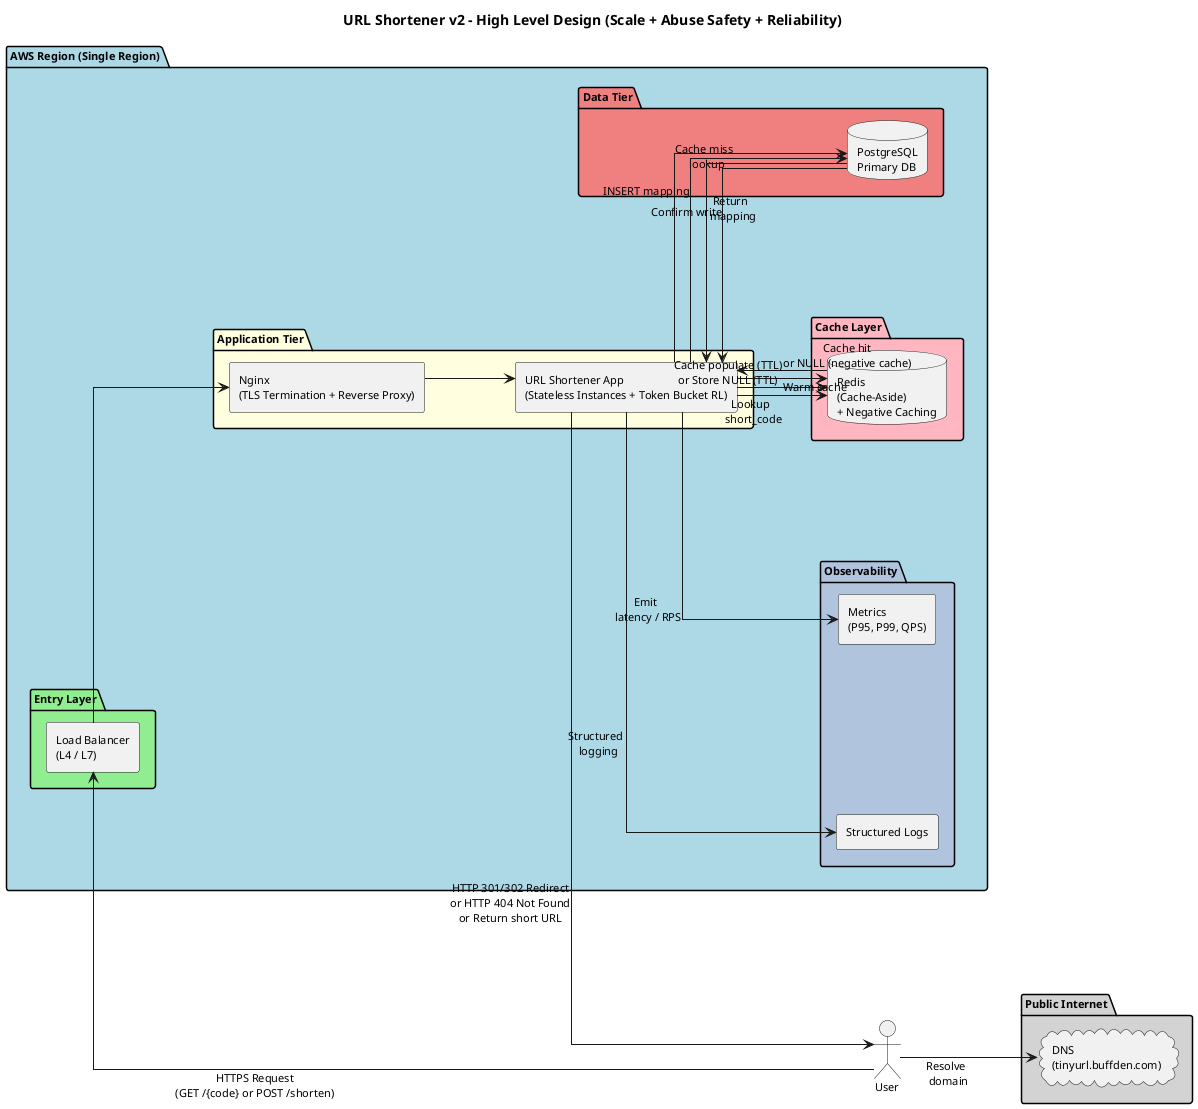
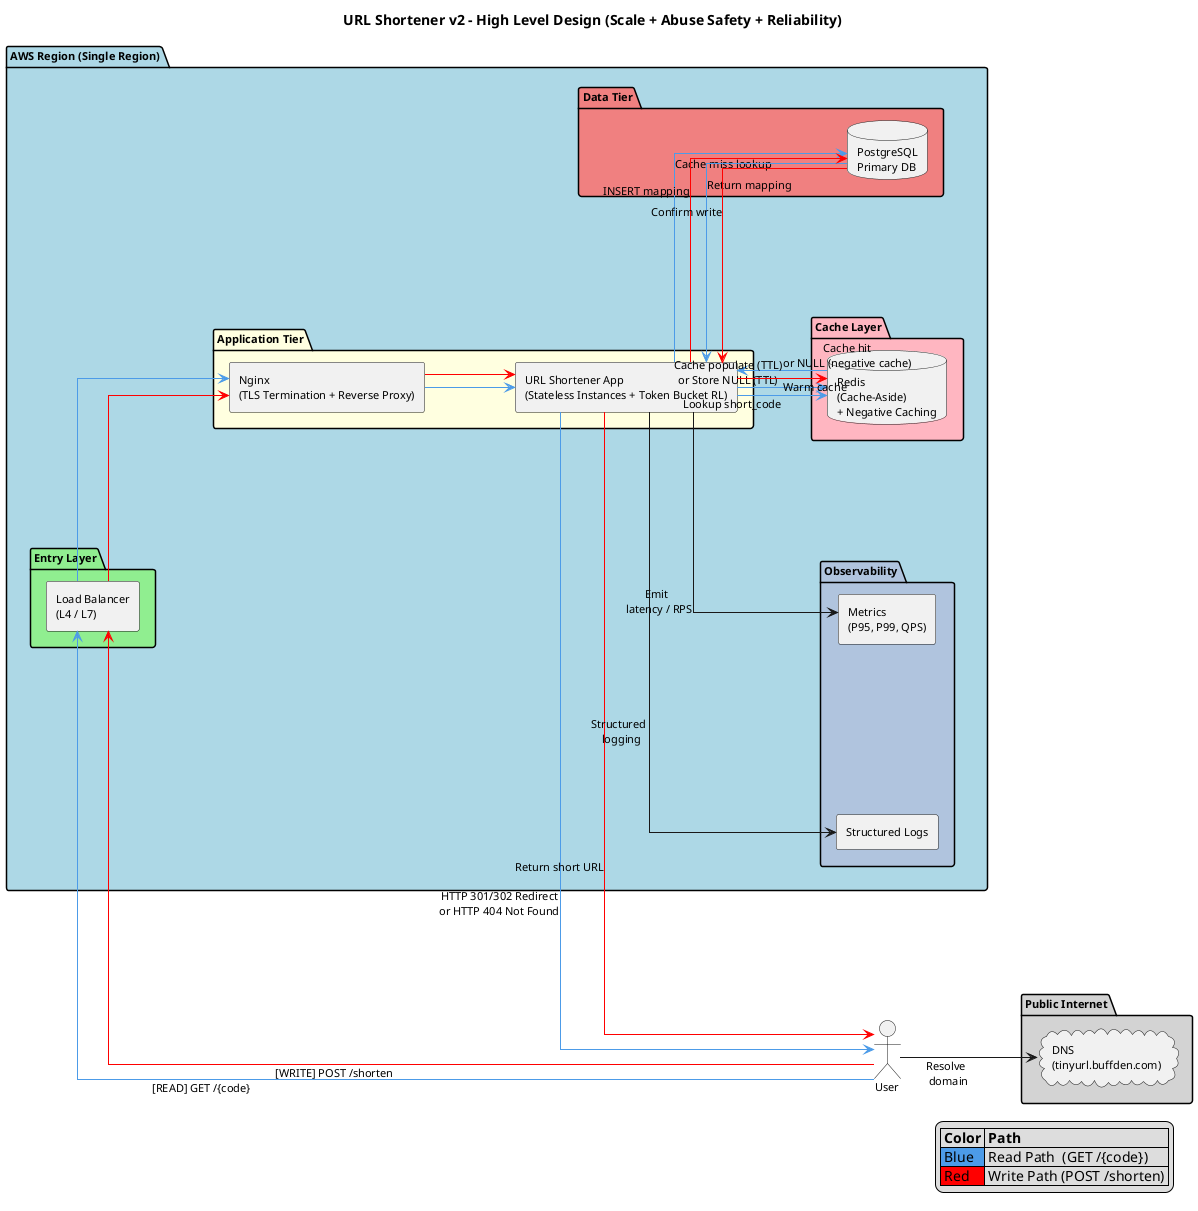
@startuml URLShortenerV2
title URL Shortener v2 - High Level Design (Scale + Abuse Safety + Reliability)

left to right direction
skinparam linetype ortho
skinparam shadowing false
skinparam componentStyle rectangle
skinparam defaultFontName Arial
skinparam defaultFontSize 11
skinparam nodesep 170
skinparam ranksep 90
skinparam packagePadding 26
skinparam componentPadding 12
skinparam component<<spacer>> {
    BorderColor transparent
    BackgroundColor transparent
    FontColor transparent
}
+ 
+ ' ---------------- LEGEND ----------------
+ legend right
+   |= Color |= Path |
+   |<#4C9BE8> Blue  | Read Path  (GET /{code})   |
+   |<#FF0000> Red   | Write Path (POST /shorten) |
+ endlegend

' ---------------- CLIENT ----------------
actor User

' ---------------- INTERNET ----------------
package "Public Internet" #LightGray {
    cloud "DNS\n(tinyurl.buffden.com)" as DNS
}

' ---------------- AWS REGION ----------------
package "AWS Region (Single Region)" #LightBlue {

    package "Entry Layer" #LightGreen {
        [Load Balancer\n(L4 / L7)] as LB
    }

    package "Application Tier" #LightYellow {
        [Nginx\n(TLS Termination + Reverse Proxy)] as NGINX
        [URL Shortener App\n(Stateless Instances + Token Bucket RL)] as APP
    }

    package "Cache Layer" #LightPink {
        database "Redis\n(Cache-Aside)\n+ Negative Caching" as REDIS
    }

    package "Data Tier" #LightCoral {
        [ ] as DATA_GAP <<spacer>>
        database "PostgreSQL\nPrimary DB" as DB
    }

    package "Observability" #LightSteelBlue {
        [Metrics\n(P95, P99, QPS)] as METRICS
        [Structured Logs] as LOGS
    }
}

' Layout alignment
NGINX -[hidden]-> APP
APP -[hidden]-> REDIS
REDIS -[hidden]-> DATA_GAP
DATA_GAP -[hidden]-> DB

- ' ---------------- FLOW ----------------
+ ' ---------------- SHARED PATH ----------------

User --> DNS : Resolve \n domain
- User --> LB : HTTPS Request\n(GET /{code} or POST /shorten)

- LB --> NGINX
- NGINX --> APP
+ ' ---------------- READ PATH (blue) ----------------

- APP --> REDIS : Lookup \n short_code
- REDIS --> APP : Cache hit\nor NULL (negative cache)
+ User -[#4C9BE8]-> LB : [READ] GET /{code}
+ LB -[#4C9BE8]-> NGINX
+ NGINX -[#4C9BE8]-> APP
+ APP -[#4C9BE8]-> REDIS : Lookup short_code
+ REDIS -[#4C9BE8]-> APP : Cache hit\nor NULL (negative cache)
+ APP -[#4C9BE8]-> DB : Cache miss lookup
+ DB -[#4C9BE8]-> APP : Return mapping
+ APP -[#4C9BE8]-> REDIS : Cache populate (TTL)\nor Store NULL (TTL)
+ APP -[#4C9BE8]-> User : HTTP 301/302 Redirect\nor HTTP 404 Not Found

- APP --> DB : Cache miss \n lookup
- DB --> APP : Return \n mapping
+ ' ---------------- WRITE PATH (red) ----------------

- APP --> REDIS : Cache populate (TTL)\nor Store NULL (TTL)
+ User -[#FF0000]-> LB : [WRITE] POST /shorten
+ LB -[#FF0000]-> NGINX
+ NGINX -[#FF0000]-> APP
+ APP -[#FF0000]-> DB : INSERT mapping
+ DB -[#FF0000]-> APP : Confirm write
+ APP -[#FF0000]-> REDIS : Warm cache
+ APP -[#FF0000]-> User : Return short URL

- APP --> User : HTTP 301/302 Redirect\nor HTTP 404 Not Found\nor Return short URL
- 
- APP --> DB : INSERT mapping
- DB --> APP : Confirm write
- APP --> REDIS : Warm cache
+ ' ---------------- OBSERVABILITY (both paths) ----------------

APP --> METRICS : Emit \n latency / RPS
APP --> LOGS : Structured \n logging

@enduml